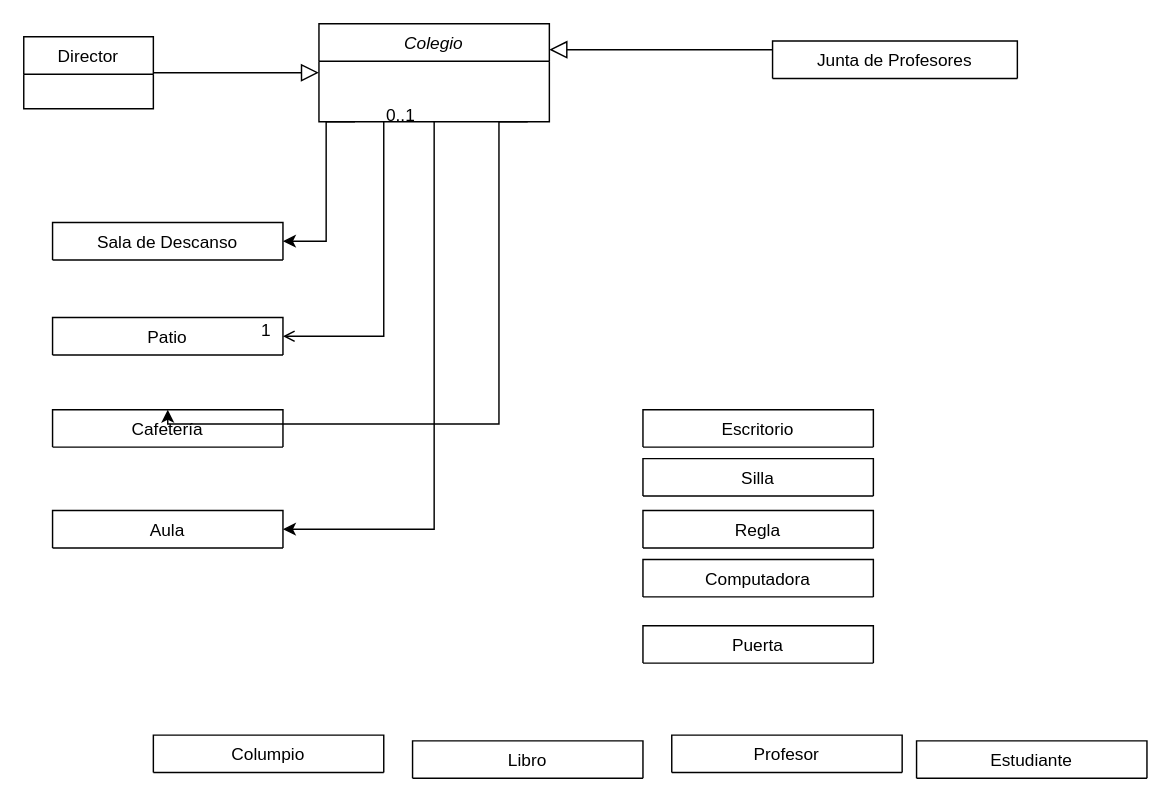
The draw.io diagram Untitled Diagram.drawio in acarvajalh/prueba1, before the edit. Source tidied: cells renumbered, new cells numbered last; positions are measured from the earlier drawing's top-left corner, leaving out a move shared by most shapes. Both pictures are drawn from the tidied source at 144%, with x=0, y=0 at pixel (23, 23).
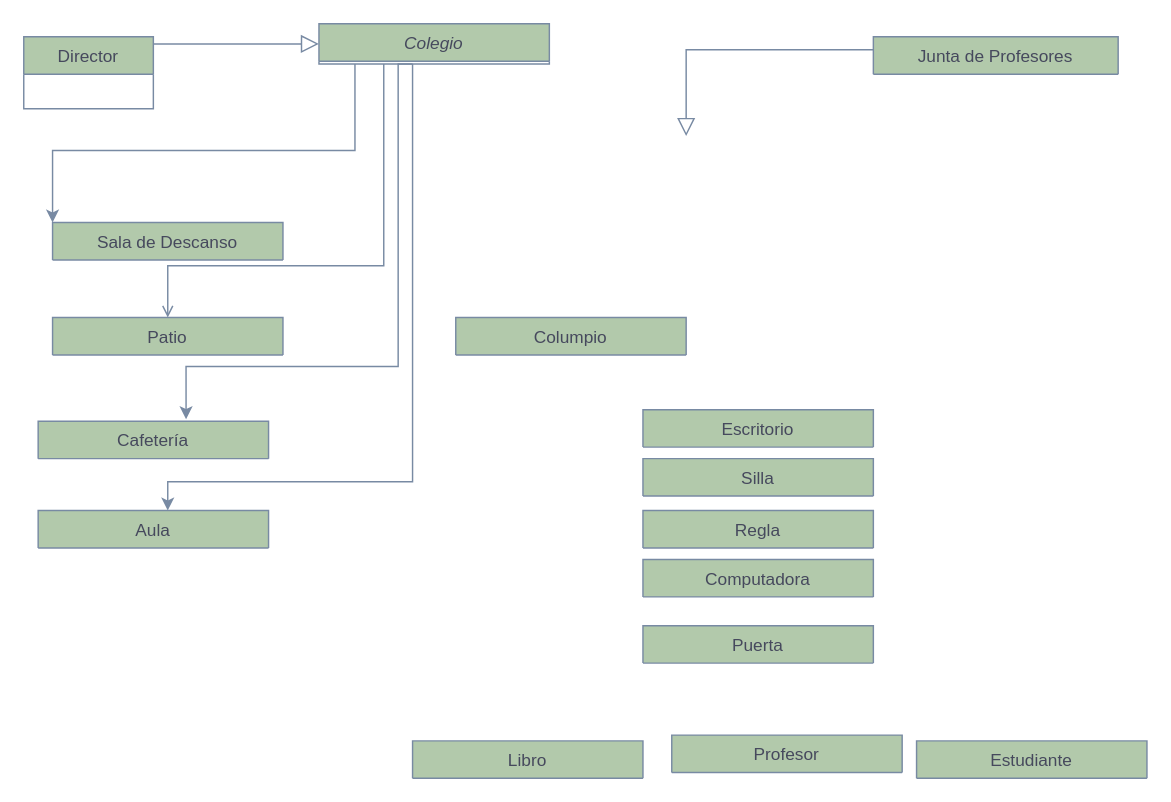
The same page after the edit.

Diff of the diagram source:
```diff
@@
-    <mxCell id="2" style="edgeStyle=orthogonalEdgeStyle;rounded=0;jettySize=auto;html=1;" parent="1" edge="1" source="3" target="12">
+    <mxCell id="2" style="edgeStyle=orthogonalEdgeStyle;rounded=0;jettySize=auto;html=1;strokeColor=#788AA3;fontColor=#46495D;" parent="1" edge="1" source="3" target="12">
       <mxGeometry relative="1" as="geometry">
         <Array as="points">
-          <mxPoint x="285" y="351" />
+          <mxPoint x="270" y="318" />
+          <mxPoint x="100" y="318" />
         </Array>
       </mxGeometry>
     </mxCell>
-    <mxCell id="3" value="Colegio" style="swimlane;fontStyle=2;align=center;verticalAlign=top;horizontal=1;startSize=26;rounded=0;shadow=0;strokeWidth=1;" parent="1" vertex="1" collapsed="1">
-      <mxGeometry x="205" width="160" height="68" as="geometry" />
+    <mxCell id="3" value="Colegio" style="swimlane;fontStyle=2;align=center;verticalAlign=top;horizontal=1;startSize=26;rounded=0;shadow=0;strokeWidth=1;fillColor=#B2C9AB;strokeColor=#788AA3;fontColor=#46495D;" parent="1" vertex="1" collapsed="1">
+      <mxGeometry x="205" width="160" height="28" as="geometry" />
     </mxCell>
-    <mxCell id="4" value="Director" style="swimlane;fontStyle=0;align=center;verticalAlign=top;horizontal=1;startSize=26;rounded=0;shadow=0;strokeWidth=1;" parent="1" vertex="1" collapsed="1">
+    <mxCell id="4" value="Director" style="swimlane;fontStyle=0;align=center;verticalAlign=top;horizontal=1;startSize=26;rounded=0;shadow=0;strokeWidth=1;fillColor=#B2C9AB;strokeColor=#788AA3;fontColor=#46495D;" parent="1" vertex="1" collapsed="1">
       <mxGeometry y="9" width="90" height="50" as="geometry" />
     </mxCell>
-    <mxCell id="5" style="endArrow=block;endSize=10;endFill=0;shadow=0;strokeWidth=1;rounded=0;edgeStyle=elbowEdgeStyle;elbow=vertical;" parent="1" edge="1" source="4" target="3">
+    <mxCell id="5" style="endArrow=block;endSize=10;endFill=0;shadow=0;strokeWidth=1;rounded=0;edgeStyle=elbowEdgeStyle;elbow=vertical;strokeColor=#788AA3;fontColor=#46495D;" parent="1" edge="1" source="4" target="3">
       <mxGeometry relative="1" as="geometry">
         <Array as="points">
+          <mxPoint x="190" y="14" />
           <mxPoint x="170" y="34" />
           <mxPoint x="190" y="68" />
           <mxPoint x="60" y="128" />
         </Array>
       </mxGeometry>
     </mxCell>
-    <mxCell id="6" value="Junta de Profesores" style="swimlane;fontStyle=0;align=center;verticalAlign=top;horizontal=1;startSize=26;rounded=0;shadow=0;strokeWidth=1;" parent="1" vertex="1" collapsed="1">
-      <mxGeometry x="520" y="12" width="170" height="26" as="geometry" />
+    <mxCell id="6" value="Junta de Profesores" style="swimlane;fontStyle=0;align=center;verticalAlign=top;horizontal=1;startSize=26;rounded=0;shadow=0;strokeWidth=1;fillColor=#B2C9AB;strokeColor=#788AA3;fontColor=#46495D;" parent="1" vertex="1" collapsed="1">
+      <mxGeometry x="590" y="9" width="170" height="26" as="geometry" />
     </mxCell>
-    <mxCell id="7" style="endArrow=block;endSize=10;endFill=0;shadow=0;strokeWidth=1;rounded=0;edgeStyle=elbowEdgeStyle;elbow=vertical;" parent="1" edge="1" source="6" target="3">
+    <mxCell id="7" style="endArrow=block;endSize=10;endFill=0;shadow=0;strokeWidth=1;rounded=0;edgeStyle=elbowEdgeStyle;elbow=vertical;strokeColor=#788AA3;fontColor=#46495D;" parent="1" edge="1" source="6">
       <mxGeometry relative="1" as="geometry">
+        <mxPoint x="460" y="78" as="targetPoint" />
         <Array as="points">
+          <mxPoint x="480" y="18" />
           <mxPoint x="450" y="18" />
           <mxPoint x="350" y="158" />
           <mxPoint x="160" y="188" />
           <mxPoint x="420" y="228" />
         </Array>
       </mxGeometry>
     </mxCell>
-    <mxCell id="8" value="Patio" style="swimlane;fontStyle=0;align=center;verticalAlign=top;horizontal=1;startSize=80;rounded=0;shadow=0;strokeWidth=1;" parent="1" vertex="1" collapsed="1">
+    <mxCell id="8" value="Patio" style="swimlane;fontStyle=0;align=center;verticalAlign=top;horizontal=1;startSize=80;rounded=0;shadow=0;strokeWidth=1;fillColor=#B2C9AB;strokeColor=#788AA3;fontColor=#46495D;" parent="1" vertex="1" collapsed="1">
       <mxGeometry x="20" y="204" width="160" height="26" as="geometry" />
     </mxCell>
-    <mxCell id="9" style="endArrow=open;shadow=0;strokeWidth=1;rounded=0;endFill=1;edgeStyle=elbowEdgeStyle;elbow=vertical;" parent="1" edge="1" source="3" target="8">
+    <mxCell id="9" style="endArrow=open;shadow=0;strokeWidth=1;rounded=0;endFill=1;edgeStyle=elbowEdgeStyle;elbow=vertical;strokeColor=#788AA3;fontColor=#46495D;" parent="1" edge="1" source="3" target="8">
       <mxGeometry x="0.5" y="41" relative="1" as="geometry">
         <Array as="points">
+          <mxPoint x="250" y="168" />
+          <mxPoint x="30" y="188" />
+          <mxPoint x="200" y="178" />
+          <mxPoint x="250" y="158" />
+          <mxPoint x="200" y="178" />
+          <mxPoint x="250" y="158" />
+          <mxPoint x="200" y="178" />
+          <mxPoint x="240" y="138" />
+          <mxPoint x="90" y="188" />
           <mxPoint x="250" y="217" />
           <mxPoint x="270" y="108" />
           <mxPoint x="315" y="258" />
         </Array>
         <mxPoint x="-40" y="32" as="offset" />
       </mxGeometry>
     </mxCell>
-    <mxCell id="10" value="0..1" style="align=left;verticalAlign=bottom;labelBackgroundColor=none;fontSize=12;" parent="9" vertex="1">
-      <mxGeometry x="-1" relative="1" as="geometry">
-        <mxPoint y="4" as="offset" />
-      </mxGeometry>
-    </mxCell>
-    <mxCell id="11" value="1" style="align=right;verticalAlign=bottom;labelBackgroundColor=none;fontSize=12;" parent="9" vertex="1">
-      <mxGeometry x="1" relative="1" as="geometry">
-        <mxPoint x="-7" y="4" as="offset" />
-      </mxGeometry>
-    </mxCell>
-    <mxCell id="12" value="Aula" style="swimlane;fontStyle=0;align=center;verticalAlign=top;horizontal=1;startSize=80;rounded=0;shadow=0;strokeWidth=1;" parent="1" vertex="1" collapsed="1">
-      <mxGeometry x="20" y="338" width="160" height="26" as="geometry" />
+    <mxCell id="12" value="Aula" style="swimlane;fontStyle=0;align=center;verticalAlign=top;horizontal=1;startSize=80;rounded=0;shadow=0;strokeWidth=1;fillColor=#B2C9AB;strokeColor=#788AA3;fontColor=#46495D;" parent="1" vertex="1" collapsed="1">
+      <mxGeometry x="10" y="338" width="160" height="26" as="geometry" />
     </mxCell>
-    <mxCell id="13" value="Libro" style="swimlane;fontStyle=0;align=center;verticalAlign=top;horizontal=1;startSize=80;rounded=0;shadow=0;strokeWidth=1;" parent="1" vertex="1" collapsed="1">
+    <mxCell id="13" value="Libro" style="swimlane;fontStyle=0;align=center;verticalAlign=top;horizontal=1;startSize=80;rounded=0;shadow=0;strokeWidth=1;fillColor=#B2C9AB;strokeColor=#788AA3;fontColor=#46495D;" parent="1" vertex="1" collapsed="1">
       <mxGeometry x="270" y="498" width="160" height="26" as="geometry" />
     </mxCell>
-    <mxCell id="14" value="Sala de Descanso" style="swimlane;fontStyle=0;align=center;verticalAlign=top;horizontal=1;startSize=80;rounded=0;shadow=0;strokeWidth=1;" parent="1" vertex="1" collapsed="1">
+    <mxCell id="14" value="Sala de Descanso" style="swimlane;fontStyle=0;align=center;verticalAlign=top;horizontal=1;startSize=80;rounded=0;shadow=0;strokeWidth=1;fillColor=#B2C9AB;strokeColor=#788AA3;fontColor=#46495D;" parent="1" vertex="1" collapsed="1">
       <mxGeometry x="20" y="138" width="160" height="26" as="geometry" />
     </mxCell>
-    <mxCell id="15" style="edgeStyle=orthogonalEdgeStyle;rounded=0;jettySize=auto;html=1;" parent="1" edge="1" target="14">
+    <mxCell id="15" style="edgeStyle=orthogonalEdgeStyle;rounded=0;jettySize=auto;html=1;strokeColor=#788AA3;fontColor=#46495D;" parent="1" edge="1" target="14">
       <mxGeometry relative="1" as="geometry">
-        <mxPoint x="230" y="68" as="sourcePoint" />
+        <mxPoint x="230" y="28" as="sourcePoint" />
         <Array as="points">
-          <mxPoint x="210" y="68" />
+          <mxPoint x="230" y="88" />
+          <mxPoint x="20" y="88" />
         </Array>
       </mxGeometry>
     </mxCell>
-    <mxCell id="16" value="Estudiante" style="swimlane;fontStyle=0;align=center;verticalAlign=top;horizontal=1;startSize=80;rounded=0;shadow=0;strokeWidth=1;" parent="1" vertex="1" collapsed="1">
+    <mxCell id="16" value="Estudiante" style="swimlane;fontStyle=0;align=center;verticalAlign=top;horizontal=1;startSize=80;rounded=0;shadow=0;strokeWidth=1;fillColor=#B2C9AB;strokeColor=#788AA3;fontColor=#46495D;" parent="1" vertex="1" collapsed="1">
       <mxGeometry x="620" y="498" width="160" height="26" as="geometry" />
     </mxCell>
-    <mxCell id="17" value="Profesor" style="swimlane;fontStyle=0;align=center;verticalAlign=top;horizontal=1;startSize=80;rounded=0;shadow=0;strokeWidth=1;" parent="1" vertex="1" collapsed="1">
+    <mxCell id="17" value="Profesor" style="swimlane;fontStyle=0;align=center;verticalAlign=top;horizontal=1;startSize=80;rounded=0;shadow=0;strokeWidth=1;fillColor=#B2C9AB;strokeColor=#788AA3;fontColor=#46495D;" parent="1" vertex="1" collapsed="1">
       <mxGeometry x="450" y="494" width="160" height="26" as="geometry" />
     </mxCell>
-    <mxCell id="18" value="Cafetería" style="swimlane;fontStyle=0;align=center;verticalAlign=top;horizontal=1;startSize=80;rounded=0;shadow=0;strokeWidth=1;" parent="1" vertex="1" collapsed="1">
-      <mxGeometry x="20" y="268" width="160" height="26" as="geometry" />
+    <mxCell id="18" value="Cafetería" style="swimlane;fontStyle=0;align=center;verticalAlign=top;horizontal=1;startSize=80;rounded=0;shadow=0;strokeWidth=1;fillColor=#B2C9AB;strokeColor=#788AA3;fontColor=#46495D;" parent="1" vertex="1" collapsed="1">
+      <mxGeometry x="10" y="276" width="160" height="26" as="geometry" />
     </mxCell>
-    <mxCell id="19" style="edgeStyle=orthogonalEdgeStyle;rounded=0;jettySize=auto;html=1;entryX=0.5;entryY=0;entryDx=0;entryDy=0;" parent="1" edge="1" target="18">
+    <mxCell id="19" style="edgeStyle=orthogonalEdgeStyle;rounded=0;jettySize=auto;html=1;entryX=0.642;entryY=-0.054;entryDx=0;entryDy=0;strokeColor=#788AA3;fontColor=#46495D;entryPerimeter=0;" parent="1" edge="1" target="18">
       <mxGeometry relative="1" as="geometry">
-        <mxPoint x="350" y="68" as="sourcePoint" />
+        <mxPoint x="270" y="28" as="sourcePoint" />
         <Array as="points">
-          <mxPoint x="330" y="68" />
-          <mxPoint x="330" y="278" />
-          <mxPoint x="100" y="278" />
+          <mxPoint x="260" y="28" />
+          <mxPoint x="260" y="238" />
+          <mxPoint x="113" y="238" />
         </Array>
       </mxGeometry>
     </mxCell>
-    <mxCell id="20" value="Computadora" style="swimlane;fontStyle=0;align=center;verticalAlign=top;horizontal=1;startSize=80;rounded=0;shadow=0;strokeWidth=1;" parent="1" vertex="1" collapsed="1">
+    <mxCell id="20" value="Computadora" style="swimlane;fontStyle=0;align=center;verticalAlign=top;horizontal=1;startSize=80;rounded=0;shadow=0;strokeWidth=1;fillColor=#B2C9AB;strokeColor=#788AA3;fontColor=#46495D;" parent="1" vertex="1" collapsed="1">
       <mxGeometry x="430" y="372" width="160" height="26" as="geometry" />
     </mxCell>
-    <mxCell id="21" value="Escritorio" style="swimlane;fontStyle=0;align=center;verticalAlign=top;horizontal=1;startSize=80;rounded=0;shadow=0;strokeWidth=1;" parent="1" vertex="1" collapsed="1">
+    <mxCell id="21" value="Escritorio" style="swimlane;fontStyle=0;align=center;verticalAlign=top;horizontal=1;startSize=80;rounded=0;shadow=0;strokeWidth=1;fillColor=#B2C9AB;strokeColor=#788AA3;fontColor=#46495D;" parent="1" vertex="1" collapsed="1">
       <mxGeometry x="430" y="268" width="160" height="26" as="geometry" />
     </mxCell>
-    <mxCell id="22" value="Silla" style="swimlane;fontStyle=0;align=center;verticalAlign=top;horizontal=1;startSize=80;rounded=0;shadow=0;strokeWidth=1;" parent="1" vertex="1" collapsed="1">
+    <mxCell id="22" value="Silla" style="swimlane;fontStyle=0;align=center;verticalAlign=top;horizontal=1;startSize=80;rounded=0;shadow=0;strokeWidth=1;fillColor=#B2C9AB;strokeColor=#788AA3;fontColor=#46495D;" parent="1" vertex="1" collapsed="1">
       <mxGeometry x="430" y="302" width="160" height="26" as="geometry" />
     </mxCell>
-    <mxCell id="23" value="Regla" style="swimlane;fontStyle=0;align=center;verticalAlign=top;horizontal=1;startSize=80;rounded=0;shadow=0;strokeWidth=1;" parent="1" vertex="1" collapsed="1">
+    <mxCell id="23" value="Regla" style="swimlane;fontStyle=0;align=center;verticalAlign=top;horizontal=1;startSize=80;rounded=0;shadow=0;strokeWidth=1;fillColor=#B2C9AB;strokeColor=#788AA3;fontColor=#46495D;" parent="1" vertex="1" collapsed="1">
       <mxGeometry x="430" y="338" width="160" height="26" as="geometry" />
     </mxCell>
-    <mxCell id="24" value="Puerta" style="swimlane;fontStyle=0;align=center;verticalAlign=top;horizontal=1;startSize=80;rounded=0;shadow=0;strokeWidth=1;" parent="1" vertex="1" collapsed="1">
+    <mxCell id="24" value="Puerta" style="swimlane;fontStyle=0;align=center;verticalAlign=top;horizontal=1;startSize=80;rounded=0;shadow=0;strokeWidth=1;fillColor=#B2C9AB;strokeColor=#788AA3;fontColor=#46495D;" parent="1" vertex="1" collapsed="1">
       <mxGeometry x="430" y="418" width="160" height="26" as="geometry" />
     </mxCell>
-    <mxCell id="25" value="Columpio" style="swimlane;fontStyle=0;align=center;verticalAlign=top;horizontal=1;startSize=80;rounded=0;shadow=0;strokeWidth=1;" parent="1" vertex="1" collapsed="1">
-      <mxGeometry x="90" y="494" width="160" height="26" as="geometry" />
+    <mxCell id="25" value="Columpio" style="swimlane;fontStyle=0;align=center;verticalAlign=top;horizontal=1;startSize=80;rounded=0;shadow=0;strokeWidth=1;fillColor=#B2C9AB;strokeColor=#788AA3;fontColor=#46495D;" parent="1" vertex="1" collapsed="1">
+      <mxGeometry x="300" y="204" width="160" height="26" as="geometry" />
     </mxCell>
```
